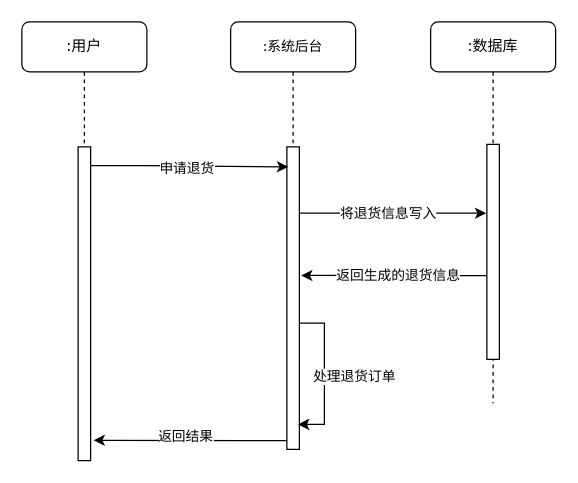
200928/image keeps this draw.io diagram as 商品退货顺序图.drawio. Above is the earlier version. Source tidied: cells renumbered, new cells numbered last; positions are measured from the earlier drawing's top-left corner, leaving out a move shared by most shapes. Both pictures are drawn from the tidied source at 125%, with x=0, y=0 at pixel (21, 21).
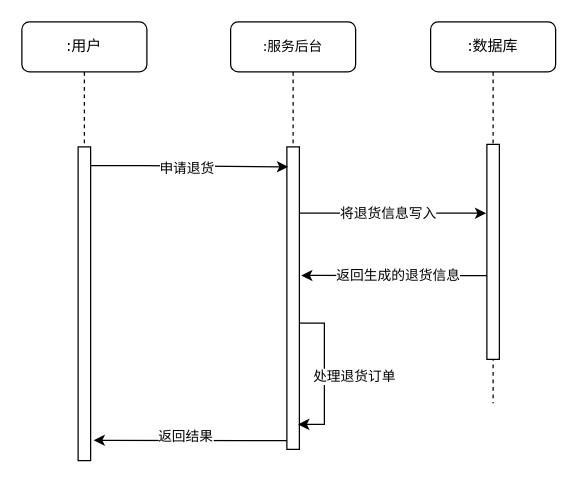
The same diagram, later.

Commit message (it also covers changes not shown here):
更新商品退货顺序图.drawio

What changed in the source:
```diff
@@
-    <mxCell id="2" value="&lt;font style=&quot;font-size: 11px ; line-height: 1.2&quot;&gt;:系统后台&lt;/font&gt;" style="shape=umlLifeline;perimeter=lifelinePerimeter;whiteSpace=wrap;html=1;rounded=1;shadow=0;comic=0;labelBackgroundColor=none;strokeWidth=1;fontFamily=Verdana;fontSize=12;align=center;" parent="1" vertex="1">
+    <mxCell id="2" value="&lt;font style=&quot;font-size: 11px ; line-height: 1.2&quot;&gt;:服务后台&lt;/font&gt;" style="shape=umlLifeline;perimeter=lifelinePerimeter;whiteSpace=wrap;html=1;rounded=1;shadow=0;comic=0;labelBackgroundColor=none;strokeWidth=1;fontFamily=Verdana;fontSize=12;align=center;" parent="1" vertex="1">
       <mxGeometry x="167" width="100" height="342" as="geometry" />
     </mxCell>
```
